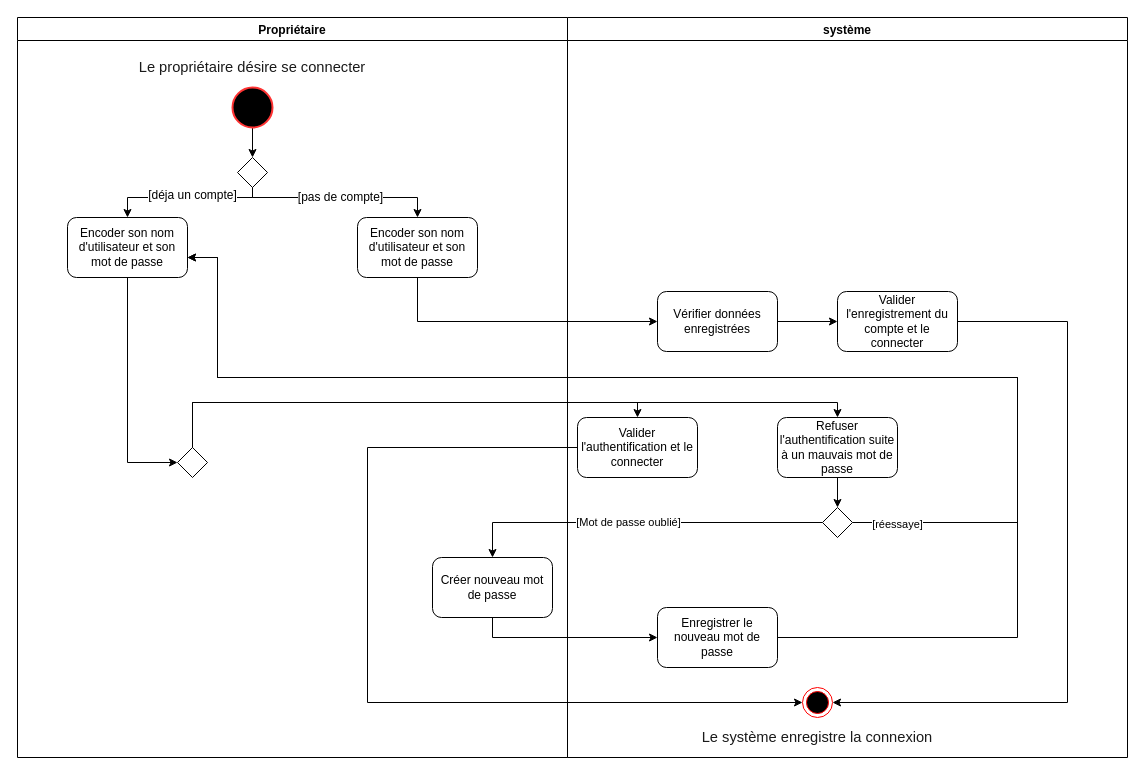
Before: page "Se connecter proprio" (6 of 20) of Ko-loc (1).drawio in Julienthum/Co-Lock, a draw.io diagram. Source tidied: cells renumbered, new cells numbered last; positions are measured from the earlier drawing's top-left corner, leaving out a move shared by most shapes. Both pictures are drawn from the tidied source at 100%, with x=0, y=0 at pixel (17, 17).
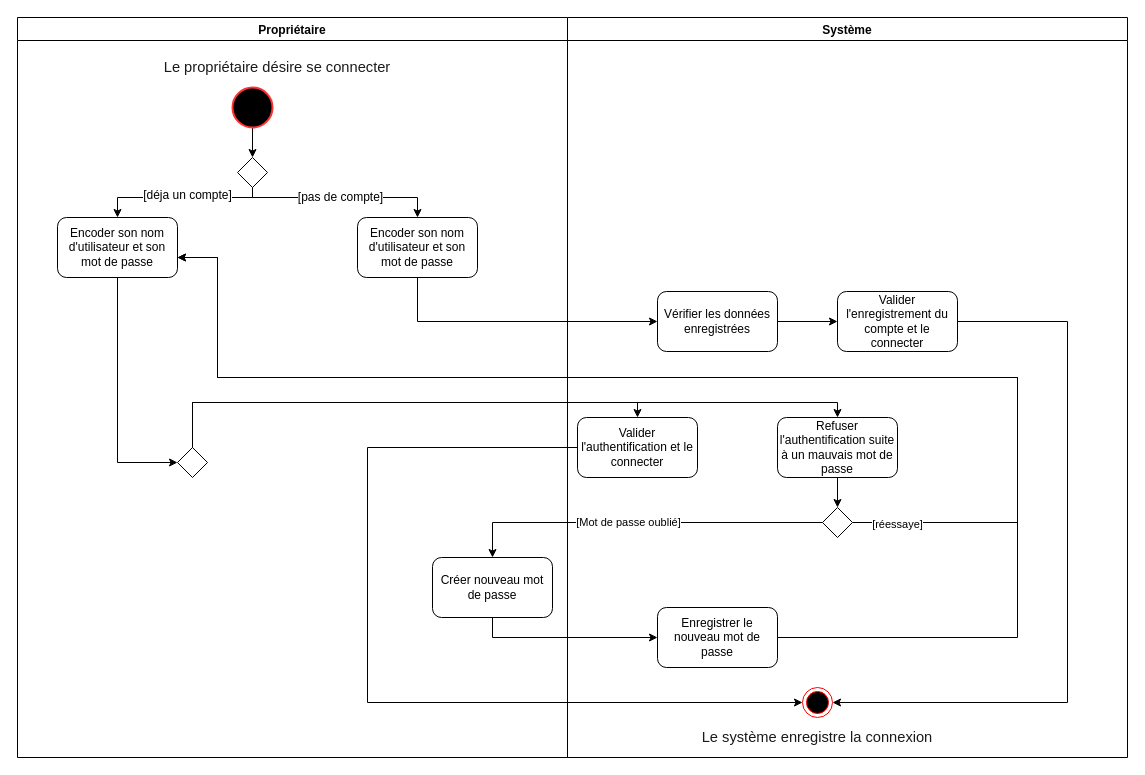
The same diagram, later.

The change refers to these unchanged cells:
```xml
<mxCell id="2" value="Propriétaire" style="swimlane;fontSize=12;strokeColor=#000000;fillColor=#FFFFFF;" parent="1" vertex="1">
  <mxGeometry width="550" height="740" as="geometry" />
</mxCell>
<mxCell id="10" style="rhombus;whiteSpace=wrap;html=1;fontSize=12;strokeColor=#000000;fillColor=#FFFFFF;" parent="2" vertex="1">
  <mxGeometry x="220" y="140" width="30" height="30" as="geometry" />
</mxCell>
```

What changed in the source:
```diff
@@
     <mxCell id="5" value="&lt;font color=&quot;#1a1a1a&quot; face=&quot;calibri, sans-serif&quot;&gt;&lt;span style=&quot;font-size: 14.6667px&quot;&gt;Le propriétaire désire se connecter&lt;/span&gt;&lt;/font&gt;" style="text;html=1;strokeColor=none;fillColor=none;align=center;verticalAlign=middle;whiteSpace=wrap;rounded=0;fontSize=14;" parent="2" vertex="1">
-      <mxGeometry x="115" y="40" width="240" height="20" as="geometry" />
+      <mxGeometry x="140" y="40" width="240" height="20" as="geometry" />
     </mxCell>
@@
     <mxCell id="7" value="Encoder son nom d'utilisateur et son mot de passe" style="rounded=1;whiteSpace=wrap;html=1;fontSize=12;strokeColor=#000000;fillColor=#FFFFFF;" parent="2" vertex="1">
-      <mxGeometry x="50" y="200" width="120" height="60" as="geometry" />
+      <mxGeometry x="40" y="200" width="120" height="60" as="geometry" />
     </mxCell>
-    <mxCell id="8" style="edgeStyle=orthogonalEdgeStyle;rounded=0;jettySize=auto;html=1;fontSize=12;" parent="2" edge="1" source="10" target="7">
+    <mxCell id="8" style="edgeStyle=orthogonalEdgeStyle;rounded=0;jettySize=auto;html=1;fontSize=12;entryX=0.5;entryY=0;entryDx=0;entryDy=0;" parent="2" edge="1" source="10" target="7">
       <mxGeometry relative="1" as="geometry">
         <Array as="points">
           <mxPoint x="235" y="180" />
-          <mxPoint x="110" y="180" />
+          <mxPoint x="100" y="180" />
         </Array>
       </mxGeometry>
     </mxCell>
@@
-    <mxCell id="15" value="système" style="swimlane;fontSize=12;strokeColor=#000000;fillColor=#FFFFFF;" parent="1" vertex="1">
+    <mxCell id="15" value="Système" style="swimlane;fontSize=12;strokeColor=#000000;fillColor=#FFFFFF;" parent="1" vertex="1">
       <mxGeometry x="550" width="560" height="740" as="geometry" />
     </mxCell>
@@
-    <mxCell id="23" value="Vérifier données enregistrées" style="rounded=1;whiteSpace=wrap;html=1;fontSize=12;strokeColor=#000000;fillColor=#FFFFFF;" parent="15" vertex="1">
+    <mxCell id="23" value="Vérifier les données enregistrées" style="rounded=1;whiteSpace=wrap;html=1;fontSize=12;strokeColor=#000000;fillColor=#FFFFFF;" parent="15" vertex="1">
       <mxGeometry x="90" y="274" width="120" height="60" as="geometry" />
     </mxCell>
```
